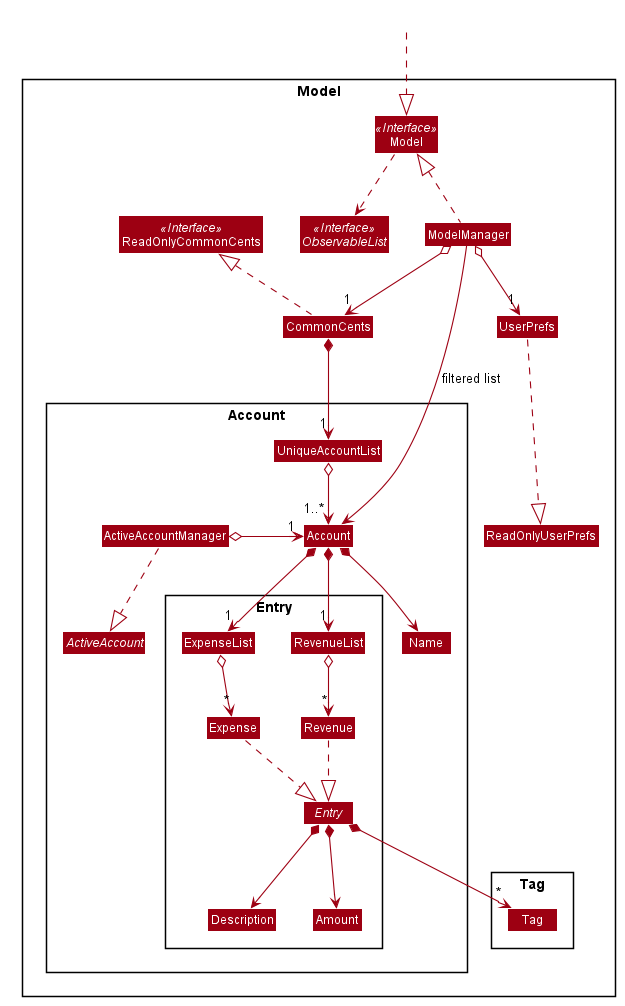
This is docs/images/ModelClassDiagram.png from nus-cs2103-AY2021S1/tp, a PlantUML export, as it was before one commit.
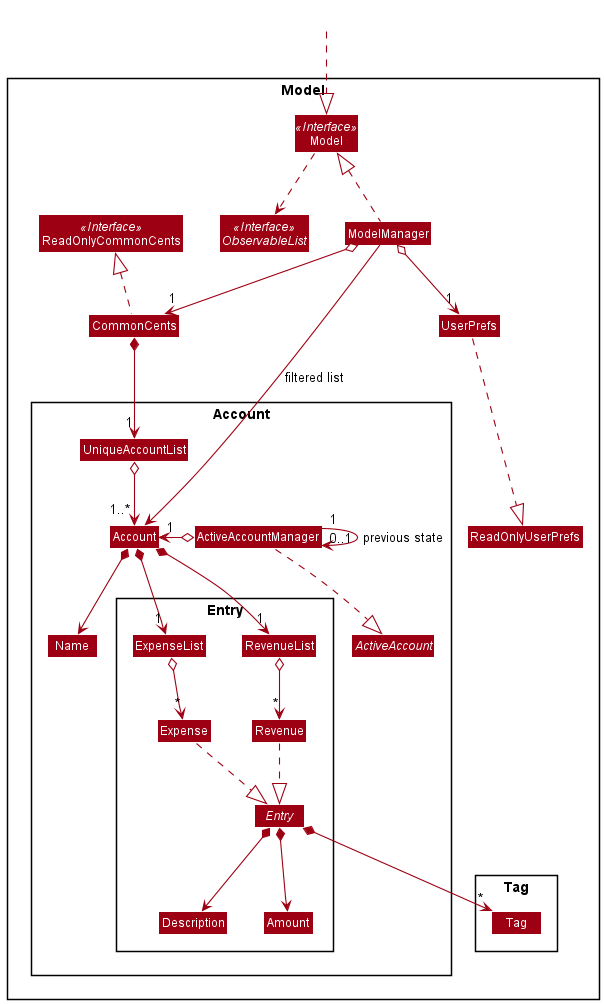
The same diagram one commit later.

The edit, as a diff of the source:
```diff
@@ -1,56 +1,8 @@
 @startuml
-
-
-
-
-
-
-
-
-
-skinparam BackgroundColor #FFFFFFF
-
-skinparam Shadowing false
-
-skinparam Class {
-    FontColor #FFFFFF
-    BorderThickness 1
-    BorderColor #FFFFFF
-    StereotypeFontColor #FFFFFF
-    FontName Arial
-}
-
-skinparam Actor {
-    BorderColor #000000
-    Color #000000
-    FontName Arial
-}
-
-skinparam Sequence {
-    MessageAlign center
-    BoxFontSize 15
-    BoxPadding 0
-    BoxFontColor #FFFFFF
-    FontName Arial
-}
-
-skinparam Participant {
-    FontColor #FFFFFFF
-    Padding 20
-}
-
-skinparam MinClassWidth 50
-skinparam ParticipantPadding 10
-skinparam Shadowing false
-skinparam DefaultTextAlignment center
-skinparam packageStyle Rectangle
-
-hide footbox
-hide members
-hide circle
+!include style.puml
 skinparam arrowThickness 1.1
-skinparam arrowColor #9D0012
-skinparam classBackgroundColor #9D0012
+skinparam arrowColor MODEL_COLOR
+skinparam classBackgroundColor MODEL_COLOR
 
 
 Class hidden #FFFF
@@ -104,8 +56,9 @@
 UserPrefs .down..|> ReadOnlyUserPrefs
 ModelManager --> Account: filtered list
 
+ActiveAccountManager "1" --> "0..1" ActiveAccountManager : previous state
 ActiveAccountManager ..|> ActiveAccount
-ActiveAccountManager o-right-> "1" Account
+ActiveAccountManager o-left-> "1" Account
 
 CommonCents *--> "1" UniqueAccountList
 UniqueAccountList o--> "1..*" Account
```
